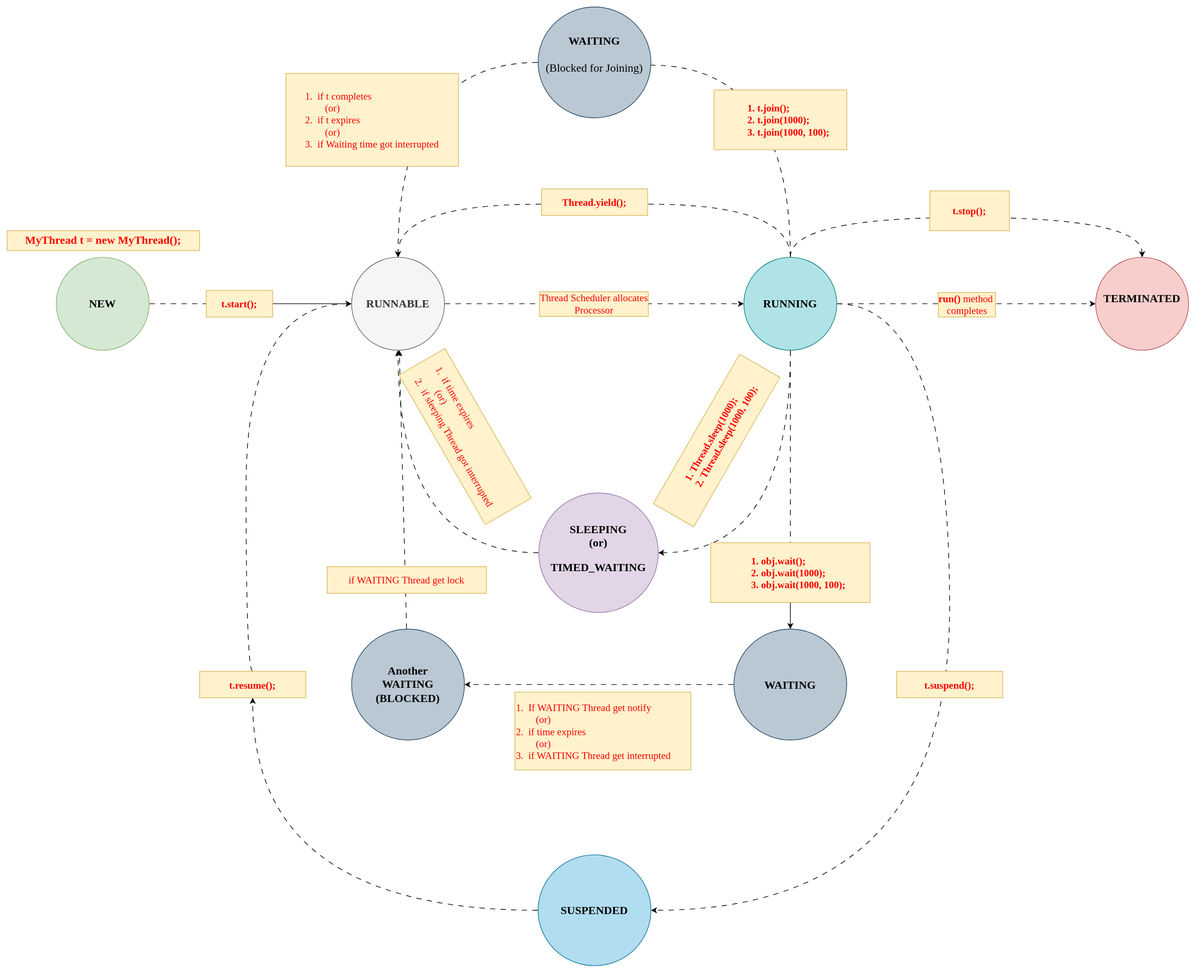
This is 00-JAVA/10-CORE-JAVA/50-MULTITHREADING/images/full-thread-lifecycle.drawio.svg from hiaadityahere/java-world, a draw.io export, as it was before one commit. Source tidied: cells renumbered, new cells last; positions are measured from the earlier drawing's top-left corner, leaving out a move shared by most shapes.
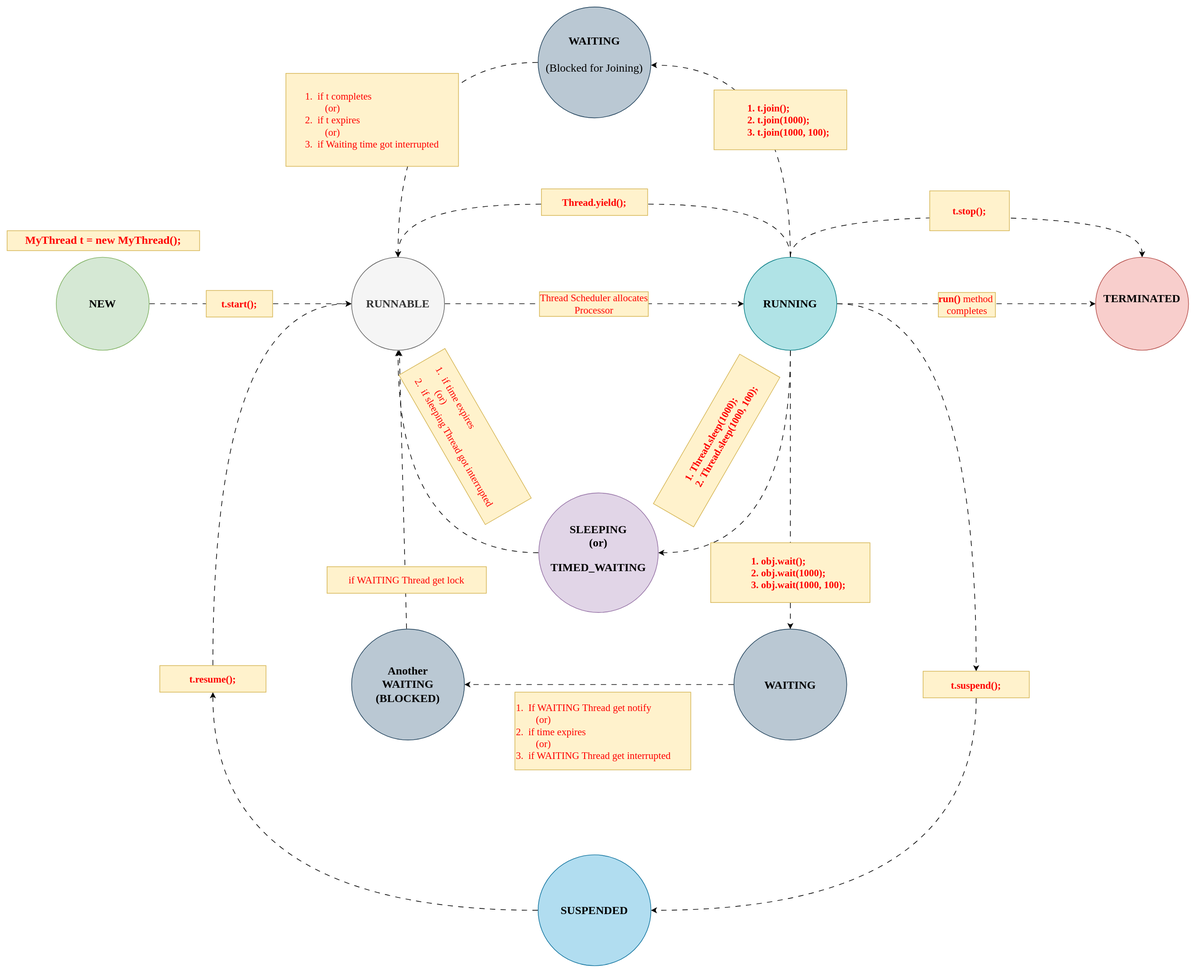
Later version of the same file.

The edit, as a diff of the source:
```diff
@@ -2,7 +2,7 @@
   <root>
     <mxCell id="0" />
     <mxCell id="1" parent="0" />
-    <mxCell id="2" style="edgeStyle=none;html=1;fontFamily=Georgia;fontSize=17;" parent="1" edge="1" source="38" target="7">
+    <mxCell id="2" style="edgeStyle=none;html=1;fontFamily=Georgia;fontSize=17;flowAnimation=1;" parent="1" edge="1" source="38" target="7">
       <mxGeometry relative="1" as="geometry" />
     </mxCell>
     <mxCell id="3" value="NEW" style="ellipse;whiteSpace=wrap;html=1;shapeInside=1;fontFamily=Georgia;fontSize=17;strokeWidth=1;fontStyle=1;direction=south;fillColor=#d5e8d4;strokeColor=#82b366;" parent="1" vertex="1">
@@ -33,7 +33,7 @@
         </Array>
       </mxGeometry>
     </mxCell>
-    <mxCell id="11" style="edgeStyle=orthogonalEdgeStyle;html=1;entryX=1;entryY=0.75;entryDx=0;entryDy=0;fontFamily=Georgia;fontSize=15;rounded=0;endArrow=none;endFill=0;curved=1;curveGeometry=1;flowAnimation=1;" parent="1" edge="1" source="15" target="42">
+    <mxCell id="11" style="edgeStyle=orthogonalEdgeStyle;html=1;entryX=1;entryY=0.75;entryDx=0;entryDy=0;fontFamily=Georgia;fontSize=15;rounded=0;endArrow=classic;endFill=1;curved=1;curveGeometry=1;flowAnimation=1;" parent="1" edge="1" source="15" target="42">
       <mxGeometry x="0.02" relative="1" as="geometry">
         <Array as="points">
           <mxPoint x="1180" y="87.6" />
@@ -43,8 +43,7 @@
     <mxCell id="12" style="edgeStyle=orthogonalEdgeStyle;html=1;fontFamily=Georgia;fontSize=15;curved=1;curveGeometry=1;flowAnimation=1;exitX=0.5;exitY=0;exitDx=0;exitDy=0;" parent="1" edge="1" source="44" target="7">
       <mxGeometry relative="1" as="geometry">
         <Array as="points">
-          <mxPoint x="360" y="1000.5" />
-          <mxPoint x="360" y="447" />
+          <mxPoint x="310" y="447" />
         </Array>
       </mxGeometry>
     </mxCell>
@@ -81,7 +80,7 @@
     <mxCell id="20" value="Another&lt;br&gt;WAITING&lt;br&gt;(BLOCKED)" style="ellipse;whiteSpace=wrap;html=1;shapeInside=1;fontFamily=Georgia;fontSize=17;fontStyle=1;strokeWidth=1;fillColor=#bac8d3;strokeColor=#23445d;" parent="1" vertex="1">
       <mxGeometry x="519" y="937" width="170" height="167" as="geometry" />
     </mxCell>
-    <mxCell id="21" style="edgeStyle=none;html=1;entryX=0.5;entryY=0;entryDx=0;entryDy=0;fontFamily=Georgia;fontSize=15;" parent="1" edge="1" source="24" target="18">
+    <mxCell id="21" style="edgeStyle=none;html=1;entryX=0.5;entryY=0;entryDx=0;entryDy=0;fontFamily=Georgia;fontSize=15;dashed=1;dashPattern=8 8;flowAnimation=1;" parent="1" edge="1" source="24" target="18">
       <mxGeometry relative="1" as="geometry" />
     </mxCell>
     <mxCell id="22" value="&lt;div style=&quot;&quot;&gt;&lt;div style=&quot;&quot;&gt;&lt;span style=&quot;background-color: transparent; color: light-dark(rgb(255, 0, 0), rgb(255, 144, 144));&quot;&gt;1.&amp;nbsp; If WAITING Thread get notify&lt;/span&gt;&lt;/div&gt;&lt;div style=&quot;&quot;&gt;&amp;nbsp; &amp;nbsp; &amp;nbsp; &amp;nbsp; (or)&lt;br&gt;&lt;span style=&quot;background-color: transparent; color: light-dark(rgb(255, 0, 0), rgb(255, 144, 144));&quot;&gt;2.&amp;nbsp; if time expires&lt;/span&gt;&lt;/div&gt;&lt;div style=&quot;&quot;&gt;&amp;nbsp; &amp;nbsp; &amp;nbsp; &amp;nbsp; (or)&lt;br&gt;&lt;span style=&quot;background-color: transparent; color: light-dark(rgb(255, 0, 0), rgb(255, 144, 144));&quot;&gt;3.&amp;nbsp; if WAITING Thread get interrupted&lt;/span&gt;&lt;/div&gt;&lt;/div&gt;" style="text;html=1;whiteSpace=wrap;strokeColor=#d6b656;fillColor=#fff2cc;align=left;verticalAlign=middle;rounded=0;fontFamily=Georgia;fontSize=15;fontStyle=0;fontColor=#FF0000;" parent="1" vertex="1">
@@ -151,19 +150,21 @@
     <mxCell id="42" value="&lt;b&gt;&lt;font style=&quot;font-size: 17px;&quot;&gt;WAITING&lt;/font&gt;&lt;/b&gt;&lt;div&gt;&lt;span style=&quot;font-size: 17px;&quot;&gt;&lt;b&gt;&lt;br&gt;&lt;/b&gt;&lt;/span&gt;&lt;div&gt;&lt;font style=&quot;font-size: 17px;&quot;&gt;(Blocked for Joining)&lt;/font&gt;&lt;/div&gt;&lt;/div&gt;" style="text;html=1;whiteSpace=wrap;strokeColor=none;fillColor=none;align=center;verticalAlign=middle;rounded=0;fontFamily=Georgia;fontSize=15;" parent="40" vertex="1">
       <mxGeometry y="40" width="170" height="63.5" as="geometry" />
     </mxCell>
-    <mxCell id="43" style="edgeStyle=orthogonalEdgeStyle;html=1;fontFamily=Georgia;fontSize=15;curved=1;curveGeometry=1;flowAnimation=1;entryX=1;entryY=0.5;entryDx=0;entryDy=0;" parent="1" edge="1" source="15" target="35">
-      <mxGeometry x="-0.1" relative="1" as="geometry">
-        <Array as="points">
-          <mxPoint x="1420" y="447" />
-          <mxPoint x="1420" y="1360.5" />
-        </Array>
-      </mxGeometry>
+    <mxCell id="43" style="edgeStyle=orthogonalEdgeStyle;html=1;fontFamily=Georgia;fontSize=15;curved=1;curveGeometry=1;flowAnimation=1;entryX=0.5;entryY=0;entryDx=0;entryDy=0;" parent="1" edge="1" source="15" target="45">
+      <mxGeometry x="-0.16" relative="1" as="geometry" />
     </mxCell>
     <mxCell id="44" value="&lt;div style=&quot;text-align: justify;&quot;&gt;&lt;div&gt;&lt;span style=&quot;text-align: center; white-space: nowrap; color: rgb(255, 0, 0);&quot;&gt;t.resume();&lt;/span&gt;&lt;/div&gt;&lt;/div&gt;" style="text;html=1;whiteSpace=wrap;strokeColor=#d6b656;fillColor=#fff2cc;align=center;verticalAlign=middle;rounded=0;fontFamily=Georgia;fontSize=15;fontStyle=1;fontColor=#FF0000;" parent="1" vertex="1">
-      <mxGeometry x="290" y="1000.5" width="160" height="40" as="geometry" />
+      <mxGeometry x="230" y="992" width="160" height="40" as="geometry" />
     </mxCell>
+    <mxCell id="46" style="edgeStyle=orthogonalEdgeStyle;html=1;entryX=1;entryY=0.5;entryDx=0;entryDy=0;fontFamily=Georgia;fontSize=15;dashed=1;dashPattern=8 8;curved=1;curveGeometry=1;flowAnimation=1;" parent="1" edge="1" source="45" target="35">
+      <mxGeometry relative="1" as="geometry">
+        <Array as="points">
+          <mxPoint x="1460" y="1360.5" />
+        </Array>
+      </mxGeometry>
+    </mxCell>
     <mxCell id="45" value="&lt;div style=&quot;text-align: justify;&quot;&gt;&lt;div&gt;&lt;span style=&quot;text-align: center; white-space: nowrap; color: rgb(255, 0, 0);&quot;&gt;t.suspend();&lt;/span&gt;&lt;/div&gt;&lt;/div&gt;" style="text;html=1;whiteSpace=wrap;strokeColor=#d6b656;fillColor=#fff2cc;align=center;verticalAlign=middle;rounded=0;fontFamily=Georgia;fontSize=15;fontStyle=1;fontColor=#FF0000;" parent="1" vertex="1">
-      <mxGeometry x="1340" y="1000.5" width="160" height="40" as="geometry" />
+      <mxGeometry x="1380" y="1000.5" width="160" height="40" as="geometry" />
     </mxCell>
   </root>
 </mxGraphModel>
```
